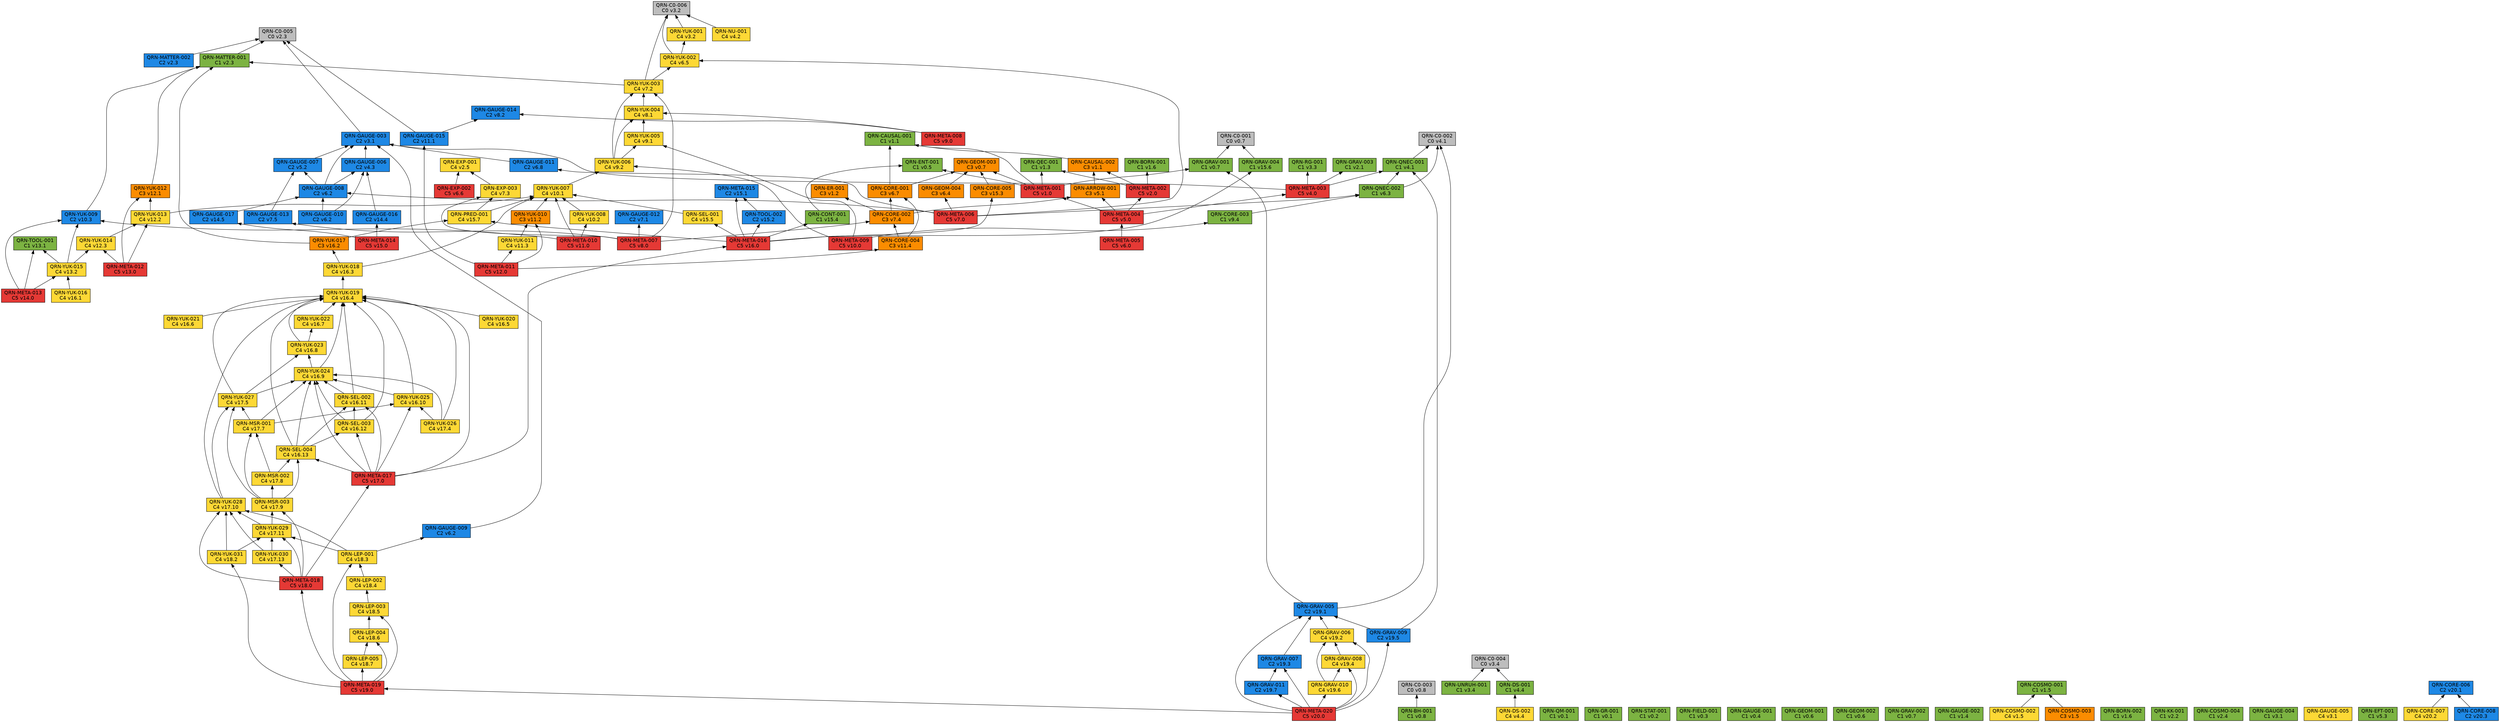
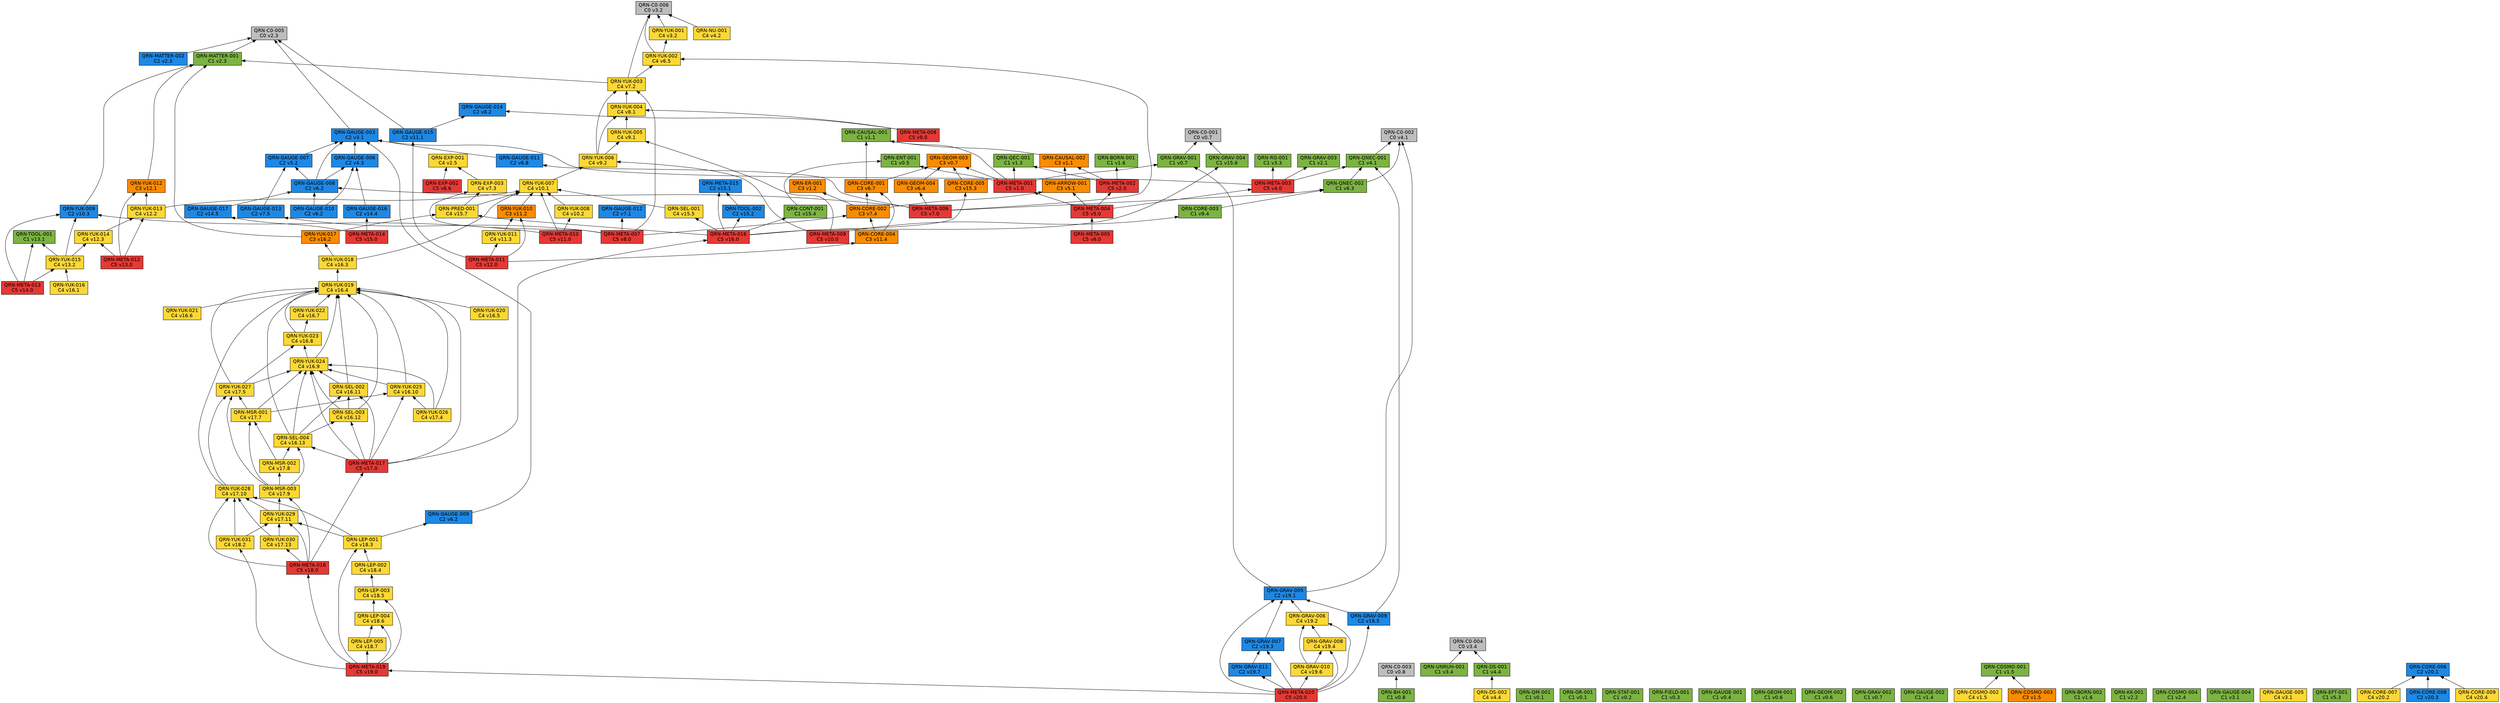
// 自動生成 (dag/report.pl) — QRN 主張依存グラフ
digraph qrn {
  rankdir=BT;
  node [shape=box, style=filled, fontname="Helvetica"];
  "QRN-C0-001" [fillcolor="#bdbdbd", label="QRN-C0-001\nC0 v0.7"];
  "QRN-C0-002" [fillcolor="#bdbdbd", label="QRN-C0-002\nC0 v4.1"];
  "QRN-C0-003" [fillcolor="#bdbdbd", label="QRN-C0-003\nC0 v0.8"];
  "QRN-C0-004" [fillcolor="#bdbdbd", label="QRN-C0-004\nC0 v3.4"];
  "QRN-C0-005" [fillcolor="#bdbdbd", label="QRN-C0-005\nC0 v2.3"];
  "QRN-C0-006" [fillcolor="#bdbdbd", label="QRN-C0-006\nC0 v3.2"];
  "QRN-QM-001" [fillcolor="#7cb342", label="QRN-QM-001\nC1 v0.1"];
  "QRN-GR-001" [fillcolor="#7cb342", label="QRN-GR-001\nC1 v0.1"];
  "QRN-STAT-001" [fillcolor="#7cb342", label="QRN-STAT-001\nC1 v0.2"];
  "QRN-FIELD-001" [fillcolor="#7cb342", label="QRN-FIELD-001\nC1 v0.3"];
  "QRN-GAUGE-001" [fillcolor="#7cb342", label="QRN-GAUGE-001\nC1 v0.4"];
  "QRN-ENT-001" [fillcolor="#7cb342", label="QRN-ENT-001\nC1 v0.5"];
  "QRN-GEOM-001" [fillcolor="#7cb342", label="QRN-GEOM-001\nC1 v0.6"];
  "QRN-GEOM-002" [fillcolor="#7cb342", label="QRN-GEOM-002\nC1 v0.6"];
  "QRN-GEOM-003" [fillcolor="#fb8c00", label="QRN-GEOM-003\nC3 v0.7"];
  "QRN-GRAV-001" [fillcolor="#7cb342", label="QRN-GRAV-001\nC1 v0.7"];
  "QRN-GRAV-002" [fillcolor="#7cb342", label="QRN-GRAV-002\nC1 v0.7"];
  "QRN-BH-001" [fillcolor="#7cb342", label="QRN-BH-001\nC1 v0.8"];
  "QRN-CAUSAL-001" [fillcolor="#7cb342", label="QRN-CAUSAL-001\nC1 v1.1"];
  "QRN-CAUSAL-002" [fillcolor="#fb8c00", label="QRN-CAUSAL-002\nC3 v1.1"];
  "QRN-ER-001" [fillcolor="#fb8c00", label="QRN-ER-001\nC3 v1.2"];
  "QRN-QEC-001" [fillcolor="#7cb342", label="QRN-QEC-001\nC1 v1.3"];
  "QRN-GAUGE-002" [fillcolor="#7cb342", label="QRN-GAUGE-002\nC1 v1.4"];
  "QRN-COSMO-001" [fillcolor="#7cb342", label="QRN-COSMO-001\nC1 v1.5"];
  "QRN-COSMO-002" [fillcolor="#fdd835", label="QRN-COSMO-002\nC4 v1.5"];
  "QRN-COSMO-003" [fillcolor="#fb8c00", label="QRN-COSMO-003\nC3 v1.5"];
  "QRN-BORN-001" [fillcolor="#7cb342", label="QRN-BORN-001\nC1 v1.6"];
  "QRN-BORN-002" [fillcolor="#7cb342", label="QRN-BORN-002\nC1 v1.6"];
  "QRN-GRAV-003" [fillcolor="#7cb342", label="QRN-GRAV-003\nC1 v2.1"];
  "QRN-KK-001" [fillcolor="#7cb342", label="QRN-KK-001\nC1 v2.2"];
  "QRN-MATTER-001" [fillcolor="#7cb342", label="QRN-MATTER-001\nC1 v2.3"];
  "QRN-MATTER-002" [fillcolor="#1e88e5", label="QRN-MATTER-002\nC2 v2.3"];
  "QRN-COSMO-004" [fillcolor="#7cb342", label="QRN-COSMO-004\nC1 v2.4"];
  "QRN-EXP-001" [fillcolor="#fdd835", label="QRN-EXP-001\nC4 v2.5"];
  "QRN-GAUGE-003" [fillcolor="#1e88e5", label="QRN-GAUGE-003\nC2 v3.1"];
  "QRN-GAUGE-004" [fillcolor="#7cb342", label="QRN-GAUGE-004\nC1 v3.1"];
  "QRN-GAUGE-005" [fillcolor="#fdd835", label="QRN-GAUGE-005\nC4 v3.1"];
  "QRN-YUK-001" [fillcolor="#fdd835", label="QRN-YUK-001\nC4 v3.2"];
  "QRN-RG-001" [fillcolor="#7cb342", label="QRN-RG-001\nC1 v3.3"];
  "QRN-UNRUH-001" [fillcolor="#7cb342", label="QRN-UNRUH-001\nC1 v3.4"];
  "QRN-QNEC-001" [fillcolor="#7cb342", label="QRN-QNEC-001\nC1 v4.1"];
  "QRN-NU-001" [fillcolor="#fdd835", label="QRN-NU-001\nC4 v4.2"];
  "QRN-GAUGE-006" [fillcolor="#1e88e5", label="QRN-GAUGE-006\nC2 v4.3"];
  "QRN-DS-001" [fillcolor="#7cb342", label="QRN-DS-001\nC1 v4.4"];
  "QRN-DS-002" [fillcolor="#fdd835", label="QRN-DS-002\nC4 v4.4"];
  "QRN-ARROW-001" [fillcolor="#fb8c00", label="QRN-ARROW-001\nC3 v5.1"];
  "QRN-GAUGE-007" [fillcolor="#1e88e5", label="QRN-GAUGE-007\nC2 v5.2"];
  "QRN-EFT-001" [fillcolor="#7cb342", label="QRN-EFT-001\nC1 v5.3"];
  "QRN-GAUGE-008" [fillcolor="#1e88e5", label="QRN-GAUGE-008\nC2 v6.2"];
  "QRN-GAUGE-009" [fillcolor="#1e88e5", label="QRN-GAUGE-009\nC2 v6.2"];
  "QRN-GAUGE-010" [fillcolor="#1e88e5", label="QRN-GAUGE-010\nC2 v6.2"];
  "QRN-QNEC-002" [fillcolor="#7cb342", label="QRN-QNEC-002\nC1 v6.3"];
  "QRN-GEOM-004" [fillcolor="#fb8c00", label="QRN-GEOM-004\nC3 v6.4"];
  "QRN-YUK-002" [fillcolor="#fdd835", label="QRN-YUK-002\nC4 v6.5"];
  "QRN-EXP-002" [fillcolor="#e53935", label="QRN-EXP-002\nC5 v6.6"];
  "QRN-CORE-001" [fillcolor="#fb8c00", label="QRN-CORE-001\nC3 v6.7"];
  "QRN-GAUGE-011" [fillcolor="#1e88e5", label="QRN-GAUGE-011\nC2 v6.8"];
  "QRN-GAUGE-012" [fillcolor="#1e88e5", label="QRN-GAUGE-012\nC2 v7.1"];
  "QRN-YUK-003" [fillcolor="#fdd835", label="QRN-YUK-003\nC4 v7.2"];
  "QRN-EXP-003" [fillcolor="#fdd835", label="QRN-EXP-003\nC4 v7.3"];
  "QRN-CORE-002" [fillcolor="#fb8c00", label="QRN-CORE-002\nC3 v7.4"];
  "QRN-GAUGE-013" [fillcolor="#1e88e5", label="QRN-GAUGE-013\nC2 v7.5"];
  "QRN-YUK-004" [fillcolor="#fdd835", label="QRN-YUK-004\nC4 v8.1"];
  "QRN-GAUGE-014" [fillcolor="#1e88e5", label="QRN-GAUGE-014\nC2 v8.2"];
  "QRN-META-001" [fillcolor="#e53935", label="QRN-META-001\nC5 v1.0"];
  "QRN-META-002" [fillcolor="#e53935", label="QRN-META-002\nC5 v2.0"];
  "QRN-META-003" [fillcolor="#e53935", label="QRN-META-003\nC5 v4.0"];
  "QRN-META-004" [fillcolor="#e53935", label="QRN-META-004\nC5 v5.0"];
  "QRN-META-005" [fillcolor="#e53935", label="QRN-META-005\nC5 v6.0"];
  "QRN-META-006" [fillcolor="#e53935", label="QRN-META-006\nC5 v7.0"];
  "QRN-META-007" [fillcolor="#e53935", label="QRN-META-007\nC5 v8.0"];
  "QRN-META-008" [fillcolor="#e53935", label="QRN-META-008\nC5 v9.0"];
  "QRN-YUK-005" [fillcolor="#fdd835", label="QRN-YUK-005\nC4 v9.1"];
  "QRN-YUK-006" [fillcolor="#fdd835", label="QRN-YUK-006\nC4 v9.2"];
  "QRN-CORE-003" [fillcolor="#7cb342", label="QRN-CORE-003\nC1 v9.4"];
  "QRN-META-009" [fillcolor="#e53935", label="QRN-META-009\nC5 v10.0"];
  "QRN-YUK-007" [fillcolor="#fdd835", label="QRN-YUK-007\nC4 v10.1"];
  "QRN-YUK-008" [fillcolor="#fdd835", label="QRN-YUK-008\nC4 v10.2"];
  "QRN-YUK-009" [fillcolor="#1e88e5", label="QRN-YUK-009\nC2 v10.3"];
  "QRN-META-010" [fillcolor="#e53935", label="QRN-META-010\nC5 v11.0"];
  "QRN-GAUGE-015" [fillcolor="#1e88e5", label="QRN-GAUGE-015\nC2 v11.1"];
  "QRN-YUK-010" [fillcolor="#fb8c00", label="QRN-YUK-010\nC3 v11.2"];
  "QRN-YUK-011" [fillcolor="#fdd835", label="QRN-YUK-011\nC4 v11.3"];
  "QRN-CORE-004" [fillcolor="#fb8c00", label="QRN-CORE-004\nC3 v11.4"];
  "QRN-META-011" [fillcolor="#e53935", label="QRN-META-011\nC5 v12.0"];
  "QRN-YUK-012" [fillcolor="#fb8c00", label="QRN-YUK-012\nC3 v12.1"];
  "QRN-YUK-013" [fillcolor="#fdd835", label="QRN-YUK-013\nC4 v12.2"];
  "QRN-YUK-014" [fillcolor="#fdd835", label="QRN-YUK-014\nC4 v12.3"];
  "QRN-META-012" [fillcolor="#e53935", label="QRN-META-012\nC5 v13.0"];
  "QRN-TOOL-001" [fillcolor="#7cb342", label="QRN-TOOL-001\nC1 v13.1"];
  "QRN-YUK-015" [fillcolor="#fdd835", label="QRN-YUK-015\nC4 v13.2"];
  "QRN-META-013" [fillcolor="#e53935", label="QRN-META-013\nC5 v14.0"];
  "QRN-GAUGE-016" [fillcolor="#1e88e5", label="QRN-GAUGE-016\nC2 v14.4"];
  "QRN-GAUGE-017" [fillcolor="#1e88e5", label="QRN-GAUGE-017\nC2 v14.5"];
  "QRN-META-014" [fillcolor="#e53935", label="QRN-META-014\nC5 v15.0"];
  "QRN-META-015" [fillcolor="#1e88e5", label="QRN-META-015\nC2 v15.1"];
  "QRN-TOOL-002" [fillcolor="#1e88e5", label="QRN-TOOL-002\nC2 v15.2"];
  "QRN-CORE-005" [fillcolor="#fb8c00", label="QRN-CORE-005\nC3 v15.3"];
  "QRN-CONT-001" [fillcolor="#7cb342", label="QRN-CONT-001\nC1 v15.4"];
  "QRN-SEL-001" [fillcolor="#fdd835", label="QRN-SEL-001\nC4 v15.5"];
  "QRN-GRAV-004" [fillcolor="#7cb342", label="QRN-GRAV-004\nC1 v15.6"];
  "QRN-PRED-001" [fillcolor="#fdd835", label="QRN-PRED-001\nC4 v15.7"];
  "QRN-META-016" [fillcolor="#e53935", label="QRN-META-016\nC5 v16.0"];
  "QRN-YUK-016" [fillcolor="#fdd835", label="QRN-YUK-016\nC4 v16.1"];
  "QRN-YUK-017" [fillcolor="#fb8c00", label="QRN-YUK-017\nC3 v16.2"];
  "QRN-YUK-018" [fillcolor="#fdd835", label="QRN-YUK-018\nC4 v16.3"];
  "QRN-YUK-019" [fillcolor="#fdd835", label="QRN-YUK-019\nC4 v16.4"];
  "QRN-YUK-020" [fillcolor="#fdd835", label="QRN-YUK-020\nC4 v16.5"];
  "QRN-YUK-021" [fillcolor="#fdd835", label="QRN-YUK-021\nC4 v16.6"];
  "QRN-YUK-022" [fillcolor="#fdd835", label="QRN-YUK-022\nC4 v16.7"];
  "QRN-YUK-023" [fillcolor="#fdd835", label="QRN-YUK-023\nC4 v16.8"];
  "QRN-YUK-024" [fillcolor="#fdd835", label="QRN-YUK-024\nC4 v16.9"];
  "QRN-YUK-025" [fillcolor="#fdd835", label="QRN-YUK-025\nC4 v16.10"];
  "QRN-SEL-002" [fillcolor="#fdd835", label="QRN-SEL-002\nC4 v16.11"];
  "QRN-SEL-003" [fillcolor="#fdd835", label="QRN-SEL-003\nC4 v16.12"];
  "QRN-SEL-004" [fillcolor="#fdd835", label="QRN-SEL-004\nC4 v16.13"];
  "QRN-META-017" [fillcolor="#e53935", label="QRN-META-017\nC5 v17.0"];
  "QRN-YUK-026" [fillcolor="#fdd835", label="QRN-YUK-026\nC4 v17.4"];
  "QRN-YUK-027" [fillcolor="#fdd835", label="QRN-YUK-027\nC4 v17.5"];
  "QRN-MSR-001" [fillcolor="#fdd835", label="QRN-MSR-001\nC4 v17.7"];
  "QRN-MSR-002" [fillcolor="#fdd835", label="QRN-MSR-002\nC4 v17.8"];
  "QRN-MSR-003" [fillcolor="#fdd835", label="QRN-MSR-003\nC4 v17.9"];
  "QRN-YUK-028" [fillcolor="#fdd835", label="QRN-YUK-028\nC4 v17.10"];
  "QRN-YUK-029" [fillcolor="#fdd835", label="QRN-YUK-029\nC4 v17.11"];
  "QRN-YUK-030" [fillcolor="#fdd835", label="QRN-YUK-030\nC4 v17.13"];
  "QRN-META-018" [fillcolor="#e53935", label="QRN-META-018\nC5 v18.0"];
  "QRN-YUK-031" [fillcolor="#fdd835", label="QRN-YUK-031\nC4 v18.2"];
  "QRN-LEP-001" [fillcolor="#fdd835", label="QRN-LEP-001\nC4 v18.3"];
  "QRN-LEP-002" [fillcolor="#fdd835", label="QRN-LEP-002\nC4 v18.4"];
  "QRN-LEP-003" [fillcolor="#fdd835", label="QRN-LEP-003\nC4 v18.5"];
  "QRN-LEP-004" [fillcolor="#fdd835", label="QRN-LEP-004\nC4 v18.6"];
  "QRN-LEP-005" [fillcolor="#fdd835", label="QRN-LEP-005\nC4 v18.7"];
  "QRN-META-019" [fillcolor="#e53935", label="QRN-META-019\nC5 v19.0"];
  "QRN-GRAV-005" [fillcolor="#1e88e5", label="QRN-GRAV-005\nC2 v19.1"];
  "QRN-GRAV-006" [fillcolor="#fdd835", label="QRN-GRAV-006\nC4 v19.2"];
  "QRN-GRAV-007" [fillcolor="#1e88e5", label="QRN-GRAV-007\nC2 v19.3"];
  "QRN-GRAV-008" [fillcolor="#fdd835", label="QRN-GRAV-008\nC4 v19.4"];
  "QRN-GRAV-009" [fillcolor="#1e88e5", label="QRN-GRAV-009\nC2 v19.5"];
  "QRN-GRAV-010" [fillcolor="#fdd835", label="QRN-GRAV-010\nC4 v19.6"];
  "QRN-GRAV-011" [fillcolor="#1e88e5", label="QRN-GRAV-011\nC2 v19.7"];
  "QRN-META-020" [fillcolor="#e53935", label="QRN-META-020\nC5 v20.0"];
  "QRN-CORE-006" [fillcolor="#1e88e5", label="QRN-CORE-006\nC2 v20.1"];
  "QRN-CORE-007" [fillcolor="#fdd835", label="QRN-CORE-007\nC4 v20.2"];
  "QRN-CORE-008" [fillcolor="#1e88e5", label="QRN-CORE-008\nC2 v20.3"];
+   "QRN-CORE-009" [fillcolor="#fdd835", label="QRN-CORE-009\nC4 v20.4"];
  "QRN-GRAV-001" -> "QRN-C0-001";
  "QRN-BH-001" -> "QRN-C0-003";
  "QRN-CAUSAL-002" -> "QRN-CAUSAL-001";
  "QRN-COSMO-002" -> "QRN-COSMO-001";
  "QRN-COSMO-003" -> "QRN-COSMO-001";
  "QRN-MATTER-001" -> "QRN-C0-005";
  "QRN-MATTER-002" -> "QRN-C0-005";
  "QRN-GAUGE-003" -> "QRN-C0-005";
  "QRN-YUK-001" -> "QRN-C0-006";
  "QRN-UNRUH-001" -> "QRN-C0-004";
  "QRN-QNEC-001" -> "QRN-C0-002";
  "QRN-NU-001" -> "QRN-C0-006";
  "QRN-GAUGE-006" -> "QRN-GAUGE-003";
  "QRN-DS-001" -> "QRN-C0-004";
  "QRN-DS-002" -> "QRN-DS-001";
  "QRN-ARROW-001" -> "QRN-CAUSAL-002";
  "QRN-GAUGE-007" -> "QRN-GAUGE-003";
  "QRN-GAUGE-008" -> "QRN-GAUGE-003";
  "QRN-GAUGE-008" -> "QRN-GAUGE-006";
  "QRN-GAUGE-008" -> "QRN-GAUGE-007";
  "QRN-GAUGE-009" -> "QRN-GAUGE-003";
  "QRN-GAUGE-010" -> "QRN-GAUGE-006";
  "QRN-GAUGE-010" -> "QRN-GAUGE-008";
  "QRN-QNEC-002" -> "QRN-C0-002";
  "QRN-QNEC-002" -> "QRN-QNEC-001";
  "QRN-GEOM-004" -> "QRN-GEOM-003";
  "QRN-YUK-002" -> "QRN-C0-006";
  "QRN-YUK-002" -> "QRN-YUK-001";
  "QRN-EXP-002" -> "QRN-EXP-001";
  "QRN-CORE-001" -> "QRN-GEOM-003";
  "QRN-CORE-001" -> "QRN-CAUSAL-001";
  "QRN-GAUGE-011" -> "QRN-GAUGE-003";
  "QRN-YUK-003" -> "QRN-C0-006";
  "QRN-YUK-003" -> "QRN-MATTER-001";
  "QRN-YUK-003" -> "QRN-YUK-002";
  "QRN-EXP-003" -> "QRN-EXP-001";
  "QRN-CORE-002" -> "QRN-CORE-001";
  "QRN-CORE-002" -> "QRN-ER-001";
  "QRN-CORE-002" -> "QRN-ARROW-001";
  "QRN-GAUGE-013" -> "QRN-GAUGE-007";
  "QRN-YUK-004" -> "QRN-YUK-003";
  "QRN-META-001" -> "QRN-GEOM-003";
  "QRN-META-001" -> "QRN-GRAV-001";
  "QRN-META-001" -> "QRN-CAUSAL-001";
  "QRN-META-001" -> "QRN-QEC-001";
  "QRN-META-001" -> "QRN-ENT-001";
  "QRN-META-002" -> "QRN-QEC-001";
  "QRN-META-002" -> "QRN-BORN-001";
  "QRN-META-002" -> "QRN-CAUSAL-002";
  "QRN-META-003" -> "QRN-GAUGE-003";
  "QRN-META-003" -> "QRN-RG-001";
  "QRN-META-003" -> "QRN-QNEC-001";
  "QRN-META-003" -> "QRN-GRAV-003";
  "QRN-META-004" -> "QRN-META-001";
  "QRN-META-004" -> "QRN-META-002";
  "QRN-META-004" -> "QRN-META-003";
  "QRN-META-004" -> "QRN-ARROW-001";
  "QRN-META-005" -> "QRN-META-004";
  "QRN-META-006" -> "QRN-GAUGE-008";
  "QRN-META-006" -> "QRN-QNEC-002";
  "QRN-META-006" -> "QRN-GEOM-004";
  "QRN-META-006" -> "QRN-YUK-002";
  "QRN-META-006" -> "QRN-GAUGE-011";
  "QRN-META-007" -> "QRN-GAUGE-012";
  "QRN-META-007" -> "QRN-YUK-003";
  "QRN-META-007" -> "QRN-EXP-003";
  "QRN-META-007" -> "QRN-CORE-002";
  "QRN-META-007" -> "QRN-GAUGE-013";
  "QRN-META-008" -> "QRN-YUK-004";
  "QRN-META-008" -> "QRN-GAUGE-014";
  "QRN-YUK-005" -> "QRN-YUK-004";
  "QRN-YUK-006" -> "QRN-YUK-003";
  "QRN-YUK-006" -> "QRN-YUK-004";
  "QRN-YUK-006" -> "QRN-YUK-005";
  "QRN-CORE-003" -> "QRN-QNEC-002";
  "QRN-META-009" -> "QRN-YUK-005";
  "QRN-META-009" -> "QRN-YUK-006";
  "QRN-META-009" -> "QRN-CORE-003";
  "QRN-YUK-007" -> "QRN-YUK-006";
  "QRN-YUK-008" -> "QRN-YUK-007";
  "QRN-YUK-009" -> "QRN-MATTER-001";
  "QRN-META-010" -> "QRN-YUK-007";
  "QRN-META-010" -> "QRN-YUK-008";
  "QRN-META-010" -> "QRN-YUK-009";
  "QRN-GAUGE-015" -> "QRN-C0-005";
  "QRN-GAUGE-015" -> "QRN-GAUGE-014";
  "QRN-YUK-010" -> "QRN-YUK-007";
  "QRN-YUK-011" -> "QRN-YUK-010";
  "QRN-CORE-004" -> "QRN-CORE-001";
  "QRN-CORE-004" -> "QRN-CORE-002";
  "QRN-META-011" -> "QRN-GAUGE-015";
  "QRN-META-011" -> "QRN-YUK-010";
  "QRN-META-011" -> "QRN-YUK-011";
  "QRN-META-011" -> "QRN-CORE-004";
  "QRN-YUK-012" -> "QRN-MATTER-001";
  "QRN-YUK-013" -> "QRN-YUK-012";
  "QRN-YUK-013" -> "QRN-YUK-007";
  "QRN-YUK-014" -> "QRN-YUK-013";
  "QRN-META-012" -> "QRN-YUK-012";
  "QRN-META-012" -> "QRN-YUK-013";
  "QRN-META-012" -> "QRN-YUK-014";
  "QRN-YUK-015" -> "QRN-YUK-014";
  "QRN-YUK-015" -> "QRN-TOOL-001";
  "QRN-YUK-015" -> "QRN-YUK-009";
  "QRN-META-013" -> "QRN-YUK-015";
  "QRN-META-013" -> "QRN-TOOL-001";
  "QRN-META-013" -> "QRN-YUK-009";
  "QRN-GAUGE-016" -> "QRN-GAUGE-006";
  "QRN-GAUGE-017" -> "QRN-GAUGE-008";
  "QRN-META-014" -> "QRN-GAUGE-016";
  "QRN-META-014" -> "QRN-GAUGE-017";
  "QRN-TOOL-002" -> "QRN-META-015";
  "QRN-CORE-005" -> "QRN-GEOM-003";
  "QRN-CONT-001" -> "QRN-ENT-001";
  "QRN-SEL-001" -> "QRN-YUK-007";
  "QRN-GRAV-004" -> "QRN-C0-001";
  "QRN-PRED-001" -> "QRN-YUK-007";
  "QRN-PRED-001" -> "QRN-EXP-003";
  "QRN-META-016" -> "QRN-META-015";
  "QRN-META-016" -> "QRN-TOOL-002";
  "QRN-META-016" -> "QRN-CORE-005";
  "QRN-META-016" -> "QRN-CONT-001";
  "QRN-META-016" -> "QRN-SEL-001";
  "QRN-META-016" -> "QRN-GRAV-004";
  "QRN-META-016" -> "QRN-PRED-001";
  "QRN-YUK-016" -> "QRN-YUK-015";
  "QRN-YUK-017" -> "QRN-MATTER-001";
  "QRN-YUK-017" -> "QRN-PRED-001";
  "QRN-YUK-018" -> "QRN-YUK-017";
  "QRN-YUK-018" -> "QRN-YUK-007";
  "QRN-YUK-019" -> "QRN-YUK-018";
  "QRN-YUK-020" -> "QRN-YUK-019";
  "QRN-YUK-021" -> "QRN-YUK-019";
  "QRN-YUK-022" -> "QRN-YUK-019";
  "QRN-YUK-023" -> "QRN-YUK-019";
  "QRN-YUK-023" -> "QRN-YUK-022";
  "QRN-YUK-024" -> "QRN-YUK-019";
  "QRN-YUK-024" -> "QRN-YUK-023";
  "QRN-YUK-025" -> "QRN-YUK-019";
  "QRN-YUK-025" -> "QRN-YUK-024";
  "QRN-SEL-002" -> "QRN-YUK-019";
  "QRN-SEL-002" -> "QRN-YUK-024";
  "QRN-SEL-003" -> "QRN-YUK-019";
  "QRN-SEL-003" -> "QRN-YUK-024";
  "QRN-SEL-003" -> "QRN-SEL-002";
  "QRN-SEL-004" -> "QRN-YUK-019";
  "QRN-SEL-004" -> "QRN-YUK-024";
  "QRN-SEL-004" -> "QRN-SEL-002";
  "QRN-SEL-004" -> "QRN-SEL-003";
  "QRN-META-017" -> "QRN-META-016";
  "QRN-META-017" -> "QRN-YUK-019";
  "QRN-META-017" -> "QRN-YUK-024";
  "QRN-META-017" -> "QRN-YUK-025";
  "QRN-META-017" -> "QRN-SEL-002";
  "QRN-META-017" -> "QRN-SEL-003";
  "QRN-META-017" -> "QRN-SEL-004";
  "QRN-YUK-026" -> "QRN-YUK-019";
  "QRN-YUK-026" -> "QRN-YUK-024";
  "QRN-YUK-026" -> "QRN-YUK-025";
  "QRN-YUK-027" -> "QRN-YUK-019";
  "QRN-YUK-027" -> "QRN-YUK-023";
  "QRN-YUK-027" -> "QRN-YUK-024";
  "QRN-MSR-001" -> "QRN-YUK-024";
  "QRN-MSR-001" -> "QRN-YUK-025";
  "QRN-MSR-001" -> "QRN-YUK-027";
  "QRN-MSR-002" -> "QRN-SEL-004";
  "QRN-MSR-002" -> "QRN-MSR-001";
  "QRN-MSR-003" -> "QRN-MSR-001";
  "QRN-MSR-003" -> "QRN-MSR-002";
  "QRN-MSR-003" -> "QRN-SEL-004";
  "QRN-MSR-003" -> "QRN-YUK-027";
  "QRN-YUK-028" -> "QRN-YUK-019";
  "QRN-YUK-028" -> "QRN-YUK-027";
  "QRN-YUK-029" -> "QRN-YUK-028";
  "QRN-YUK-029" -> "QRN-MSR-003";
  "QRN-YUK-030" -> "QRN-YUK-028";
  "QRN-YUK-030" -> "QRN-YUK-029";
  "QRN-META-018" -> "QRN-META-017";
  "QRN-META-018" -> "QRN-MSR-003";
  "QRN-META-018" -> "QRN-YUK-028";
  "QRN-META-018" -> "QRN-YUK-029";
  "QRN-META-018" -> "QRN-YUK-030";
  "QRN-YUK-031" -> "QRN-YUK-028";
  "QRN-YUK-031" -> "QRN-YUK-029";
  "QRN-LEP-001" -> "QRN-YUK-028";
  "QRN-LEP-001" -> "QRN-YUK-029";
  "QRN-LEP-001" -> "QRN-GAUGE-009";
  "QRN-LEP-002" -> "QRN-LEP-001";
  "QRN-LEP-003" -> "QRN-LEP-002";
  "QRN-LEP-004" -> "QRN-LEP-003";
  "QRN-LEP-005" -> "QRN-LEP-004";
  "QRN-META-019" -> "QRN-META-018";
  "QRN-META-019" -> "QRN-YUK-031";
  "QRN-META-019" -> "QRN-LEP-001";
  "QRN-META-019" -> "QRN-LEP-003";
  "QRN-META-019" -> "QRN-LEP-004";
  "QRN-META-019" -> "QRN-LEP-005";
  "QRN-GRAV-005" -> "QRN-C0-002";
  "QRN-GRAV-005" -> "QRN-GRAV-001";
  "QRN-GRAV-006" -> "QRN-GRAV-005";
  "QRN-GRAV-007" -> "QRN-GRAV-005";
  "QRN-GRAV-008" -> "QRN-GRAV-006";
  "QRN-GRAV-009" -> "QRN-GRAV-005";
  "QRN-GRAV-009" -> "QRN-QNEC-001";
  "QRN-GRAV-010" -> "QRN-GRAV-006";
  "QRN-GRAV-010" -> "QRN-GRAV-008";
  "QRN-GRAV-011" -> "QRN-GRAV-007";
  "QRN-META-020" -> "QRN-META-019";
  "QRN-META-020" -> "QRN-GRAV-005";
  "QRN-META-020" -> "QRN-GRAV-006";
  "QRN-META-020" -> "QRN-GRAV-007";
  "QRN-META-020" -> "QRN-GRAV-008";
  "QRN-META-020" -> "QRN-GRAV-009";
  "QRN-META-020" -> "QRN-GRAV-010";
  "QRN-META-020" -> "QRN-GRAV-011";
  "QRN-CORE-007" -> "QRN-CORE-006";
  "QRN-CORE-008" -> "QRN-CORE-006";
+   "QRN-CORE-009" -> "QRN-CORE-006";
}
